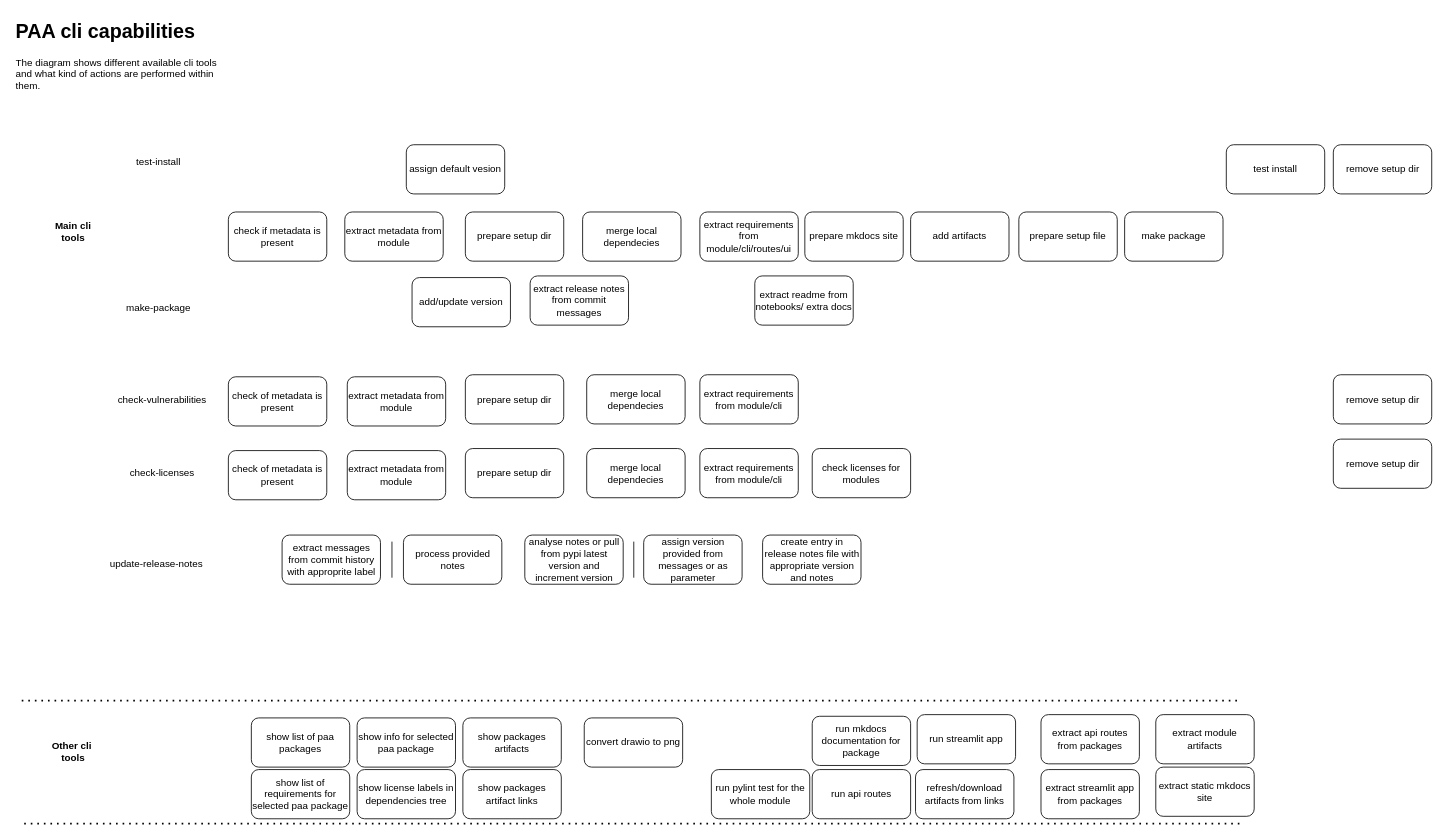
The draw.io diagram page "cli_capabilities" (4 of 4) of drawio/package_auto_assembler.drawio in Kiril-Mordan/reusables, before the edit. Source tidied: cells renumbered, new cells numbered last; positions are measured from the earlier drawing's top-left corner, leaving out a move shared by most shapes. Both pictures are drawn from the tidied source at 82%, with x=0, y=0 at pixel (14, 14).
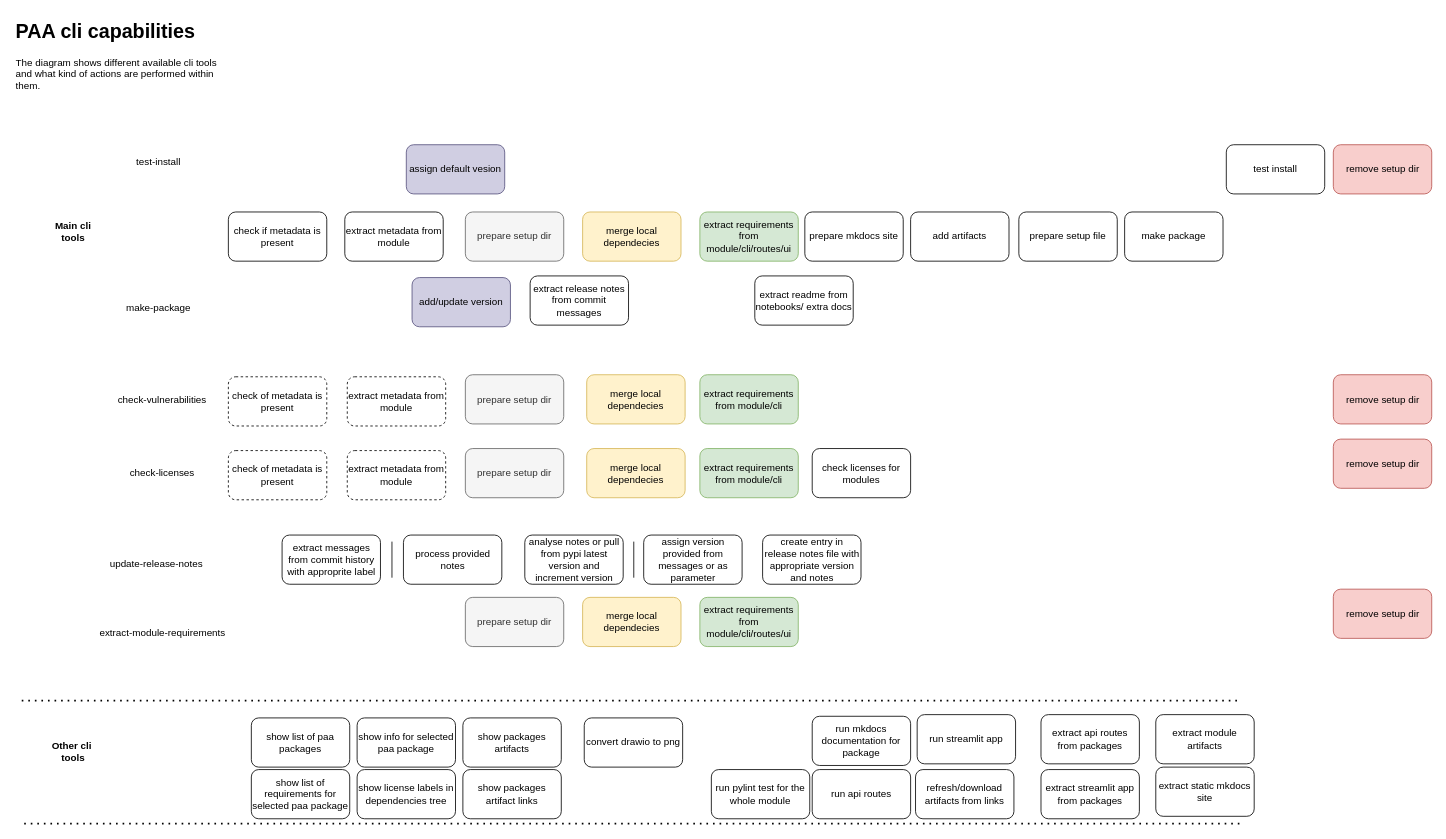
The same diagram, later.

The edit, as a diff of the source:
```diff
@@
-    <mxCell id="7" value="assign default vesion" style="rounded=1;whiteSpace=wrap;html=1;" parent="1" vertex="1">
+    <mxCell id="7" value="assign default vesion" style="rounded=1;whiteSpace=wrap;html=1;fillColor=#d0cee2;strokeColor=#56517e;" parent="1" vertex="1">
       <mxGeometry x="478" y="159" width="120" height="60" as="geometry" />
     </mxCell>
-    <mxCell id="8" value="prepare setup dir" style="rounded=1;whiteSpace=wrap;html=1;" parent="1" vertex="1">
+    <mxCell id="8" value="prepare setup dir" style="rounded=1;whiteSpace=wrap;html=1;fillColor=#f5f5f5;fontColor=#333333;strokeColor=#666666;" parent="1" vertex="1">
       <mxGeometry x="550" y="241" width="120" height="60" as="geometry" />
     </mxCell>
-    <mxCell id="9" value="extract requirements from module/cli/routes/ui" style="rounded=1;whiteSpace=wrap;html=1;" parent="1" vertex="1">
+    <mxCell id="9" value="extract requirements from module/cli/routes/ui" style="rounded=1;whiteSpace=wrap;html=1;fillColor=#d5e8d4;strokeColor=#82b366;" parent="1" vertex="1">
       <mxGeometry x="836" y="241" width="120" height="60" as="geometry" />
     </mxCell>
-    <mxCell id="10" value="merge local dependecies" style="rounded=1;whiteSpace=wrap;html=1;" parent="1" vertex="1">
+    <mxCell id="10" value="merge local dependecies" style="rounded=1;whiteSpace=wrap;html=1;fillColor=#fff2cc;strokeColor=#d6b656;" parent="1" vertex="1">
       <mxGeometry x="693" y="241" width="120" height="60" as="geometry" />
     </mxCell>
@@
-    <mxCell id="14" value="add/update version" style="rounded=1;whiteSpace=wrap;html=1;" parent="1" vertex="1">
+    <mxCell id="14" value="add/update version" style="rounded=1;whiteSpace=wrap;html=1;fillColor=#d0cee2;strokeColor=#56517e;" parent="1" vertex="1">
       <mxGeometry x="485" y="321" width="120" height="60" as="geometry" />
     </mxCell>
@@
-    <mxCell id="22" value="check of metadata is present" style="rounded=1;whiteSpace=wrap;html=1;" parent="1" vertex="1">
+    <mxCell id="22" value="check of metadata is present" style="rounded=1;whiteSpace=wrap;html=1;dashed=1;" parent="1" vertex="1">
       <mxGeometry x="261" y="442" width="120" height="60" as="geometry" />
     </mxCell>
-    <mxCell id="23" value="extract metadata from module" style="rounded=1;whiteSpace=wrap;html=1;" parent="1" vertex="1">
+    <mxCell id="23" value="extract metadata from module" style="rounded=1;whiteSpace=wrap;html=1;dashed=1;" parent="1" vertex="1">
       <mxGeometry x="406" y="442" width="120" height="60" as="geometry" />
     </mxCell>
-    <mxCell id="24" value="prepare setup dir" style="rounded=1;whiteSpace=wrap;html=1;" parent="1" vertex="1">
+    <mxCell id="24" value="prepare setup dir" style="rounded=1;whiteSpace=wrap;html=1;fillColor=#f5f5f5;fontColor=#333333;strokeColor=#666666;" parent="1" vertex="1">
       <mxGeometry x="550" y="439.5" width="120" height="60" as="geometry" />
     </mxCell>
-    <mxCell id="25" value="extract requirements from module/cli" style="rounded=1;whiteSpace=wrap;html=1;" parent="1" vertex="1">
+    <mxCell id="25" value="extract requirements from module/cli" style="rounded=1;whiteSpace=wrap;html=1;fillColor=#d5e8d4;strokeColor=#82b366;" parent="1" vertex="1">
       <mxGeometry x="836" y="439.5" width="120" height="60" as="geometry" />
     </mxCell>
-    <mxCell id="26" value="merge local dependecies" style="rounded=1;whiteSpace=wrap;html=1;" parent="1" vertex="1">
+    <mxCell id="26" value="merge local dependecies" style="rounded=1;whiteSpace=wrap;html=1;fillColor=#fff2cc;strokeColor=#d6b656;" parent="1" vertex="1">
       <mxGeometry x="698" y="439.5" width="120" height="60" as="geometry" />
     </mxCell>
-    <mxCell id="27" value="remove setup dir" style="rounded=1;whiteSpace=wrap;html=1;" parent="1" vertex="1">
+    <mxCell id="27" value="remove setup dir" style="rounded=1;whiteSpace=wrap;html=1;fillColor=#f8cecc;strokeColor=#b85450;" parent="1" vertex="1">
       <mxGeometry x="1608.5" y="439.5" width="120" height="60" as="geometry" />
     </mxCell>
@@
-    <mxCell id="41" value="check of metadata is present" style="rounded=1;whiteSpace=wrap;html=1;" parent="1" vertex="1">
+    <mxCell id="41" value="check of metadata is present" style="rounded=1;whiteSpace=wrap;html=1;dashed=1;" parent="1" vertex="1">
       <mxGeometry x="261" y="532" width="120" height="60" as="geometry" />
     </mxCell>
-    <mxCell id="42" value="extract metadata from module" style="rounded=1;whiteSpace=wrap;html=1;" parent="1" vertex="1">
+    <mxCell id="42" value="extract metadata from module" style="rounded=1;whiteSpace=wrap;html=1;dashed=1;" parent="1" vertex="1">
       <mxGeometry x="406" y="532" width="120" height="60" as="geometry" />
     </mxCell>
-    <mxCell id="43" value="prepare setup dir" style="rounded=1;whiteSpace=wrap;html=1;" parent="1" vertex="1">
+    <mxCell id="43" value="prepare setup dir" style="rounded=1;whiteSpace=wrap;html=1;fillColor=#f5f5f5;fontColor=#333333;strokeColor=#666666;" parent="1" vertex="1">
       <mxGeometry x="550" y="529.5" width="120" height="60" as="geometry" />
     </mxCell>
-    <mxCell id="44" value="extract requirements from module/cli" style="rounded=1;whiteSpace=wrap;html=1;" parent="1" vertex="1">
+    <mxCell id="44" value="extract requirements from module/cli" style="rounded=1;whiteSpace=wrap;html=1;fillColor=#d5e8d4;strokeColor=#82b366;" parent="1" vertex="1">
       <mxGeometry x="836" y="529.5" width="120" height="60" as="geometry" />
     </mxCell>
-    <mxCell id="45" value="merge local dependecies" style="rounded=1;whiteSpace=wrap;html=1;" parent="1" vertex="1">
+    <mxCell id="45" value="merge local dependecies" style="rounded=1;whiteSpace=wrap;html=1;fillColor=#fff2cc;strokeColor=#d6b656;" parent="1" vertex="1">
       <mxGeometry x="698" y="529.5" width="120" height="60" as="geometry" />
     </mxCell>
-    <mxCell id="46" value="remove setup dir" style="rounded=1;whiteSpace=wrap;html=1;" parent="1" vertex="1">
+    <mxCell id="46" value="remove setup dir" style="rounded=1;whiteSpace=wrap;html=1;fillColor=#f8cecc;strokeColor=#b85450;" parent="1" vertex="1">
       <mxGeometry x="1608.5" y="518" width="120" height="60" as="geometry" />
     </mxCell>
-    <mxCell id="47" value="remove setup dir" style="rounded=1;whiteSpace=wrap;html=1;" parent="1" vertex="1">
+    <mxCell id="47" value="remove setup dir" style="rounded=1;whiteSpace=wrap;html=1;fillColor=#f8cecc;strokeColor=#b85450;" parent="1" vertex="1">
       <mxGeometry x="1608.5" y="159" width="120" height="60" as="geometry" />
     </mxCell>
@@
+    <mxCell id="63" value="extract-module-requirements" style="text;html=1;align=center;verticalAlign=middle;whiteSpace=wrap;rounded=0;" parent="1" vertex="1">
+      <mxGeometry x="95.5" y="739" width="170" height="29" as="geometry" />
+    </mxCell>
+    <mxCell id="64" value="prepare setup dir" style="rounded=1;whiteSpace=wrap;html=1;fillColor=#f5f5f5;fontColor=#333333;strokeColor=#666666;" parent="1" vertex="1">
+      <mxGeometry x="550" y="711" width="120" height="60" as="geometry" />
+    </mxCell>
+    <mxCell id="65" value="merge local dependecies" style="rounded=1;whiteSpace=wrap;html=1;fillColor=#fff2cc;strokeColor=#d6b656;" parent="1" vertex="1">
+      <mxGeometry x="693" y="711" width="120" height="60" as="geometry" />
+    </mxCell>
+    <mxCell id="66" value="extract requirements from module/cli/routes/ui" style="rounded=1;whiteSpace=wrap;html=1;fillColor=#d5e8d4;strokeColor=#82b366;" parent="1" vertex="1">
+      <mxGeometry x="836" y="711" width="120" height="60" as="geometry" />
+    </mxCell>
+    <mxCell id="67" value="remove setup dir" style="rounded=1;whiteSpace=wrap;html=1;fillColor=#f8cecc;strokeColor=#b85450;" parent="1" vertex="1">
+      <mxGeometry x="1608.5" y="701" width="120" height="60" as="geometry" />
+    </mxCell>
```
